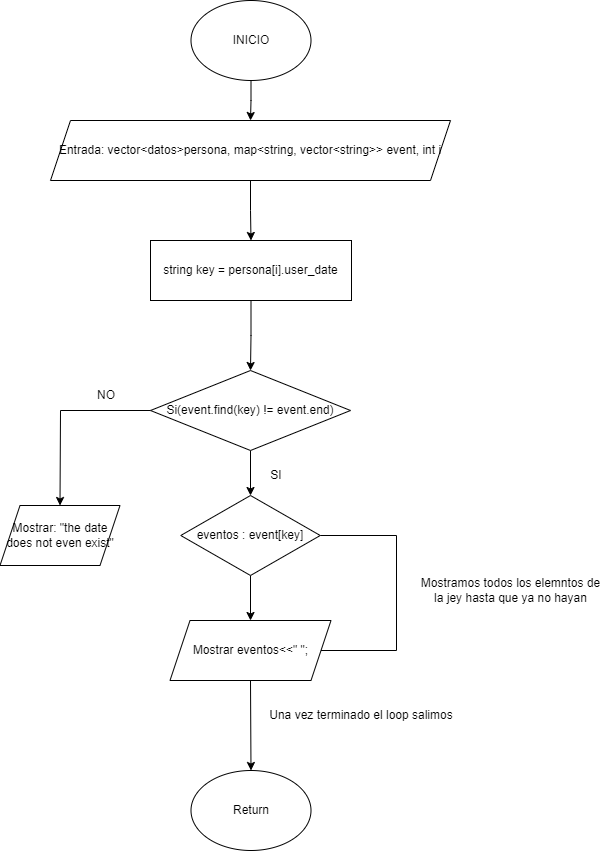
AlfredoZC/Data_Base keeps this draw.io diagram as Documentation/Funcion Find.drawio.png. Above is the earlier version. Source tidied: cells renumbered, new cells last; positions are measured from the earlier drawing's top-left corner, leaving out a move shared by most shapes.
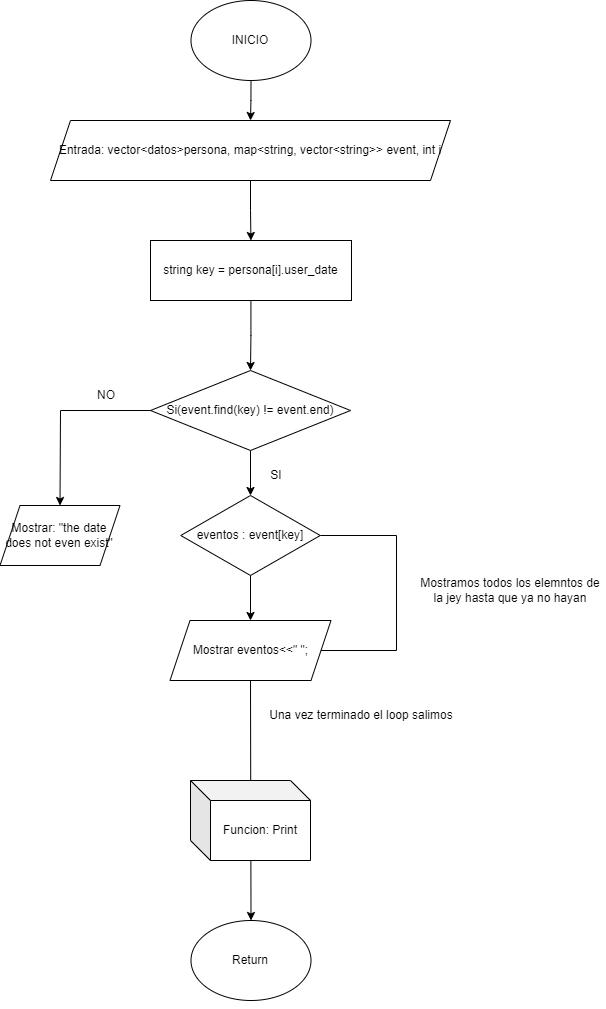
Later version of the same file.

Change to the diagram source:
```diff
@@ -60,7 +60,7 @@
       <mxGeometry relative="1" as="geometry" />
     </mxCell>
     <mxCell id="18" value="Return" style="ellipse;whiteSpace=wrap;html=1;" parent="1" vertex="1">
-      <mxGeometry x="190.5" y="770" width="120" height="80" as="geometry" />
+      <mxGeometry x="190.5" y="920" width="120" height="80" as="geometry" />
     </mxCell>
     <mxCell id="19" style="edgeStyle=orthogonalEdgeStyle;rounded=0;orthogonalLoop=1;jettySize=auto;html=1;exitX=0.5;exitY=1;exitDx=0;exitDy=0;" parent="1" edge="1" source="18" target="18">
       <mxGeometry relative="1" as="geometry" />
@@ -74,5 +74,8 @@
     <mxCell id="22" value="NO" style="text;html=1;align=center;verticalAlign=middle;whiteSpace=wrap;rounded=0;" parent="1" vertex="1">
       <mxGeometry x="76" y="380" width="60" height="30" as="geometry" />
     </mxCell>
+    <mxCell id="23" value="Funcion: Print" style="shape=cube;whiteSpace=wrap;html=1;boundedLbl=1;backgroundOutline=1;darkOpacity=0.05;darkOpacity2=0.1;" parent="1" vertex="1">
+      <mxGeometry x="190" y="780" width="120" height="80" as="geometry" />
+    </mxCell>
   </root>
 </mxGraphModel>
```
